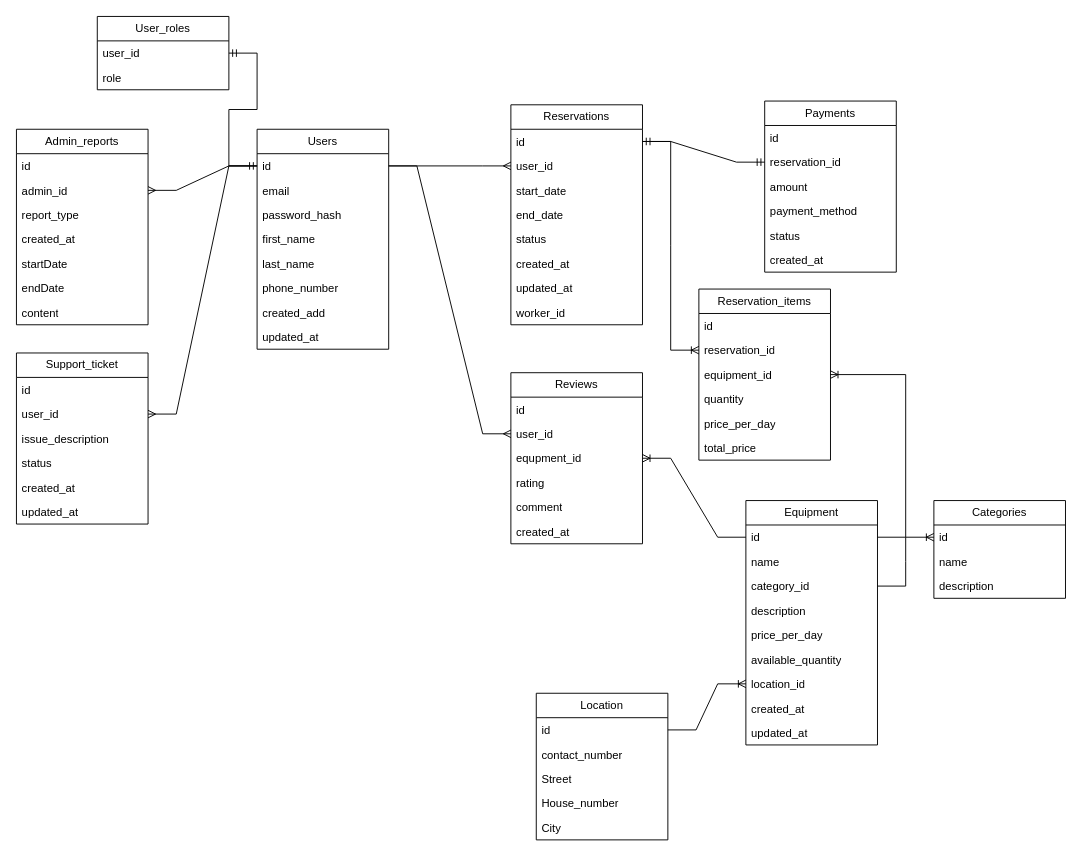
This is dokumentacja/diagramBDN.drawio from kacperoskyyy/ZSPP, a draw.io file, before an edit. Source tidied: cells renumbered, new cells numbered last; positions are measured from the earlier drawing's top-left corner, leaving out a move shared by most shapes. Both pictures are drawn from the tidied source at 94%, with x=0, y=0 at pixel (16, 16).
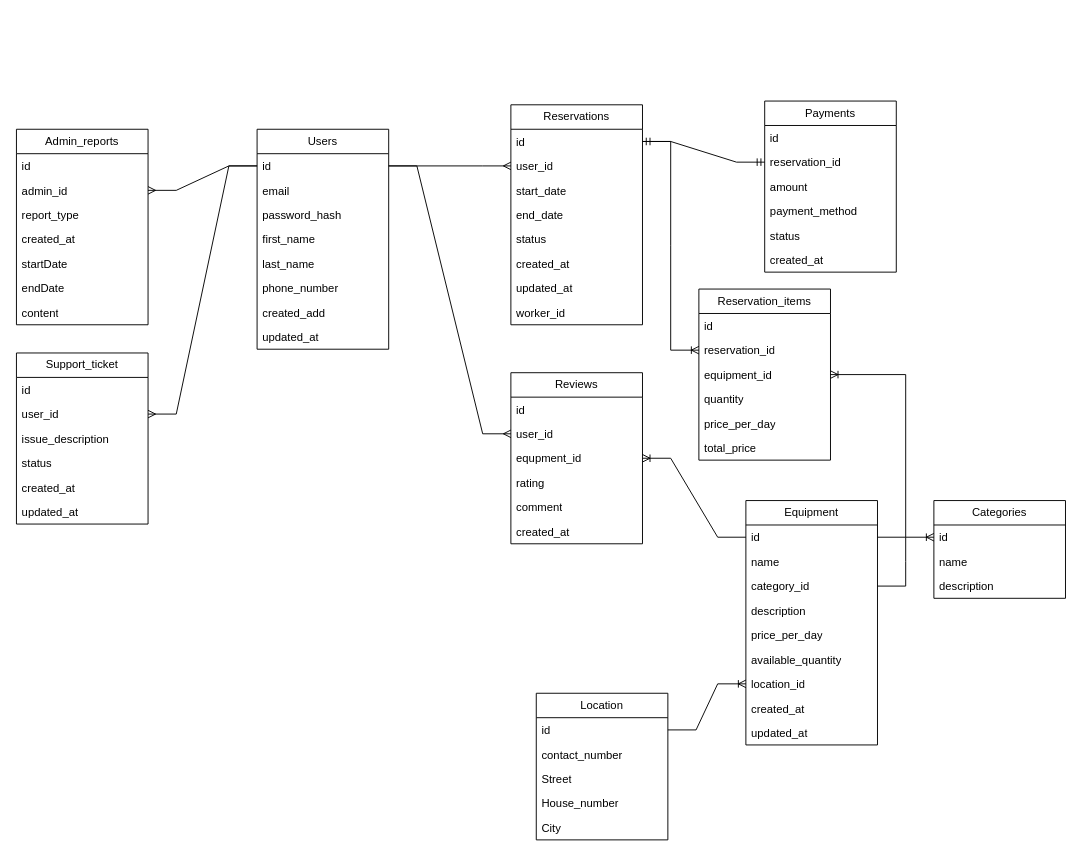
The same page after the edit.

Unchanged cells that the change refers to:
```xml
<mxCell id="3" value="id" style="text;strokeColor=none;fillColor=none;align=left;verticalAlign=top;spacingLeft=4;spacingRight=4;overflow=hidden;points=[[0,0.5],[1,0.5]];portConstraint=eastwest;whiteSpace=wrap;html=1;" parent="2" vertex="1">
  <mxGeometry y="26" width="140" height="26" as="geometry" />
</mxCell>
```

Diff of the diagram source:
```diff
@@
-    <mxCell id="70" value="User_roles" style="swimlane;fontStyle=0;horizontal=1;startSize=26;fillColor=none;whiteSpace=wrap;html=1;" parent="1" vertex="1">
-      <mxGeometry x="86" width="140" height="78" as="geometry" />
-    </mxCell>
-    <mxCell id="71" value="user_id" style="text;strokeColor=none;fillColor=none;align=left;verticalAlign=top;spacingLeft=4;spacingRight=4;overflow=hidden;points=[[0,0.5],[1,0.5]];portConstraint=eastwest;whiteSpace=wrap;html=1;" parent="70" vertex="1">
-      <mxGeometry y="26" width="140" height="26" as="geometry" />
-    </mxCell>
-    <mxCell id="72" value="role" style="text;strokeColor=none;fillColor=none;align=left;verticalAlign=top;spacingLeft=4;spacingRight=4;overflow=hidden;whiteSpace=wrap;html=1;" parent="70" vertex="1">
-      <mxGeometry y="52" width="140" height="26" as="geometry" />
-    </mxCell>
@@
-    <mxCell id="77" style="edgeStyle=entityRelationEdgeStyle;fontSize=12;html=1;endArrow=ERmandOne;startArrow=ERmandOne;rounded=0;entryX=0;entryY=0.5;entryDx=0;entryDy=0;exitX=1;exitY=0.5;exitDx=0;exitDy=0;" parent="1" edge="1" source="71" target="3">
-      <mxGeometry relative="1" as="geometry">
-        <Array as="points">
-          <mxPoint x="216" y="30" />
-        </Array>
-      </mxGeometry>
-    </mxCell>
```
